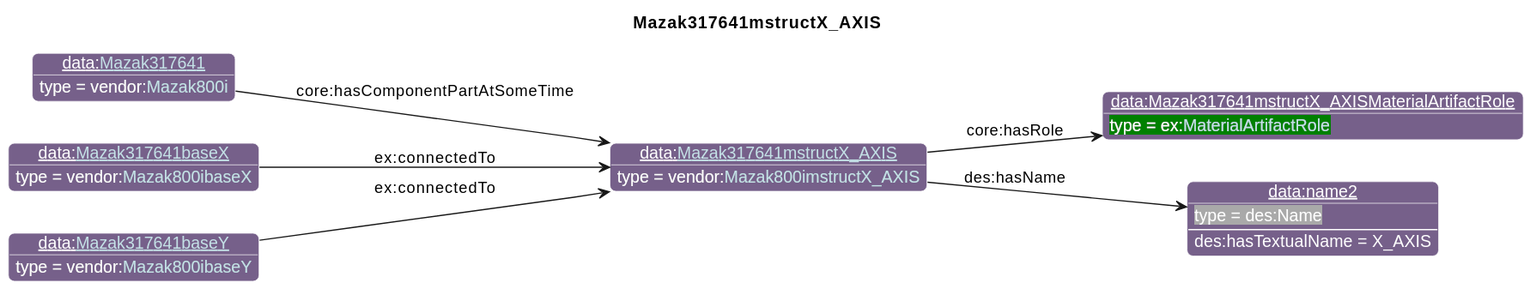
This is diagrams/Mazak317641mstructX_AXIS.svg from iofoundry/example-syseng-mtconnect, a PlantUML export, as it was before one commit. The source it was exported from:
```plantuml
@startuml
!include ../iof.iuml

<style>
object {
  HyperlinkColor #C4E1E6
}
</style>

left to right direction
skinparam linetype polyline
title Mazak317641mstructX_AXIS

!$default_direction = down

!$namespace_colors = { "bfo":"DFA702",
                      "iof":"1E90FF",
                      "ns":"Green",
                      "ns1":"76608A",
                      "core":"000000",
                      "ex":"Green",
                      "data":"76608A",
                      "vendor":"76608A",
                      "units":"8A2D3B",
                      "cmns-dsg":"3A0519",
                      "qp":"641B2E"
      }
individual(o0, data:[[./Mazak317641mstructX_AXIS.html Mazak317641mstructX_AXIS]], vendor:[[../Mazak.html#Mazak800imstructX_AXIS Mazak800imstructX_AXIS]])
individual(o1, data:Mazak317641mstructX_AXISMaterialArtifactRole, ex:[[../Example.html#MaterialArtifactRole MaterialArtifactRole]])
individual(o2, data:name2, des:Name)
individual(o3, data:[[./Mazak317641.html Mazak317641]], vendor:[[../Mazak.html#Mazak800i Mazak800i]])
individual(o4, data:[[./Mazak317641baseX.html Mazak317641baseX]], vendor:[[../Mazak.html#Mazak800ibaseX Mazak800ibaseX]])
individual(o5, data:[[./Mazak317641baseY.html Mazak317641baseY]], vendor:[[../Mazak.html#Mazak800ibaseY Mazak800ibaseY]])
property(o0, "core:hasRole", o1)
property(o0, "des:hasName", o2)
data(o2, "des:hasTextualName", "X_AXIS")
property(o3, "core:hasComponentPartAtSomeTime", o0)
property(o4, "ex:connectedTo", o0)
property(o5, "ex:connectedTo", o0)
@enduml
```
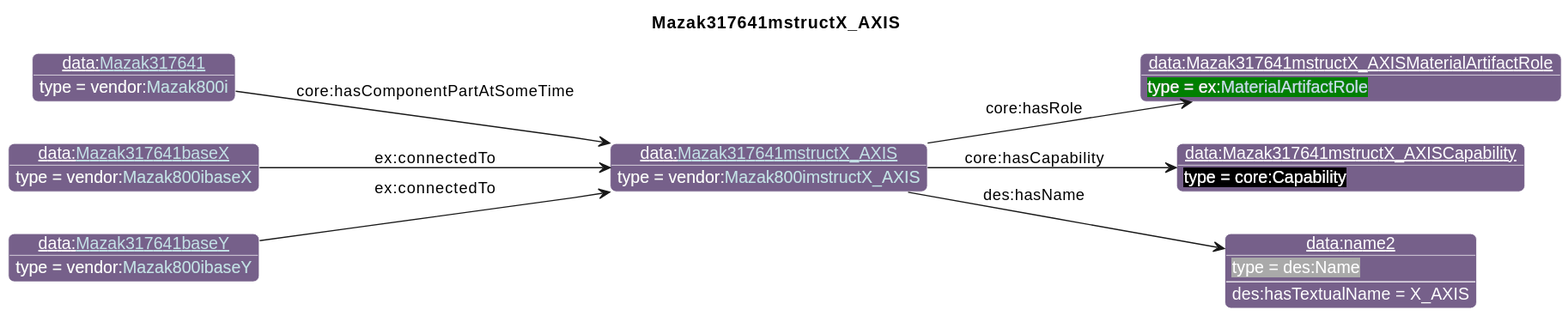
After the change.

What changed in the source:
```diff
@@ -27,14 +27,16 @@
       }
 individual(o0, data:[[./Mazak317641mstructX_AXIS.html Mazak317641mstructX_AXIS]], vendor:[[../Mazak.html#Mazak800imstructX_AXIS Mazak800imstructX_AXIS]])
 individual(o1, data:Mazak317641mstructX_AXISMaterialArtifactRole, ex:[[../Example.html#MaterialArtifactRole MaterialArtifactRole]])
-individual(o2, data:name2, des:Name)
-individual(o3, data:[[./Mazak317641.html Mazak317641]], vendor:[[../Mazak.html#Mazak800i Mazak800i]])
-individual(o4, data:[[./Mazak317641baseX.html Mazak317641baseX]], vendor:[[../Mazak.html#Mazak800ibaseX Mazak800ibaseX]])
-individual(o5, data:[[./Mazak317641baseY.html Mazak317641baseY]], vendor:[[../Mazak.html#Mazak800ibaseY Mazak800ibaseY]])
+individual(o2, data:Mazak317641mstructX_AXISCapability, core:Capability)
+individual(o3, data:name2, des:Name)
+individual(o4, data:[[./Mazak317641.html Mazak317641]], vendor:[[../Mazak.html#Mazak800i Mazak800i]])
+individual(o5, data:[[./Mazak317641baseX.html Mazak317641baseX]], vendor:[[../Mazak.html#Mazak800ibaseX Mazak800ibaseX]])
+individual(o6, data:[[./Mazak317641baseY.html Mazak317641baseY]], vendor:[[../Mazak.html#Mazak800ibaseY Mazak800ibaseY]])
 property(o0, "core:hasRole", o1)
-property(o0, "des:hasName", o2)
-data(o2, "des:hasTextualName", "X_AXIS")
-property(o3, "core:hasComponentPartAtSomeTime", o0)
-property(o4, "ex:connectedTo", o0)
+property(o0, "core:hasCapability", o2)
+property(o0, "des:hasName", o3)
+data(o3, "des:hasTextualName", "X_AXIS")
+property(o4, "core:hasComponentPartAtSomeTime", o0)
 property(o5, "ex:connectedTo", o0)
+property(o6, "ex:connectedTo", o0)
 @enduml
```
